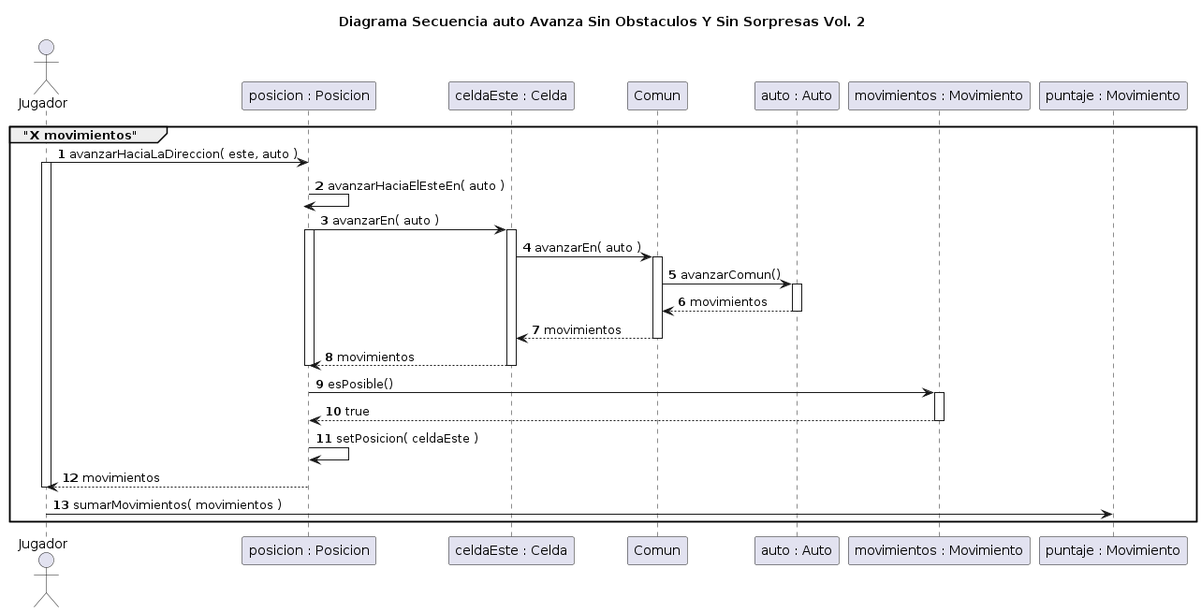
Above: diagrams/borradores/imagenes/DiagramaSequenciaCasoSinObstaculosSinSorpresas_v2.png in rodrigovzq/algo3_tp2 (PlantUML), before the change. Its diagram source:
```plantuml
@startuml
title Diagrama Secuencia auto Avanza Sin Obstaculos Y Sin Sorpresas Vol. 2
autonumber
actor Jugador

group "X movimientos"
Jugador -> "posicion : Posicion": avanzarHaciaLaDireccion( este, auto )

activate Jugador
"posicion : Posicion" -> "posicion : Posicion": avanzarHaciaElEsteEn( auto )

deactivate "posicion : Posicion"
"posicion : Posicion" -> "celdaEste : Celda"++: avanzarEn( auto )

activate "posicion : Posicion"
"celdaEste : Celda" -> Comun++: avanzarEn( auto )
Comun -> "auto : Auto"++: avanzarComun()
"auto : Auto" --> Comun: movimientos
deactivate "auto : Auto"
Comun --> "celdaEste : Celda": movimientos
deactivate Comun
"celdaEste : Celda" --> "posicion : Posicion": movimientos
deactivate "celdaEste : Celda"
deactivate "posicion : Posicion"


"movimientos : Movimiento" <- "posicion : Posicion"++: esPosible()
"movimientos : Movimiento" --> "posicion : Posicion": true
deactivate "movimientos : Movimiento"
"posicion : Posicion" -> "posicion : Posicion": setPosicion( celdaEste )

"posicion : Posicion" --> Jugador: movimientos

deactivate Jugador
Jugador -> "puntaje : Movimiento": sumarMovimientos( movimientos )
end

@enduml
```
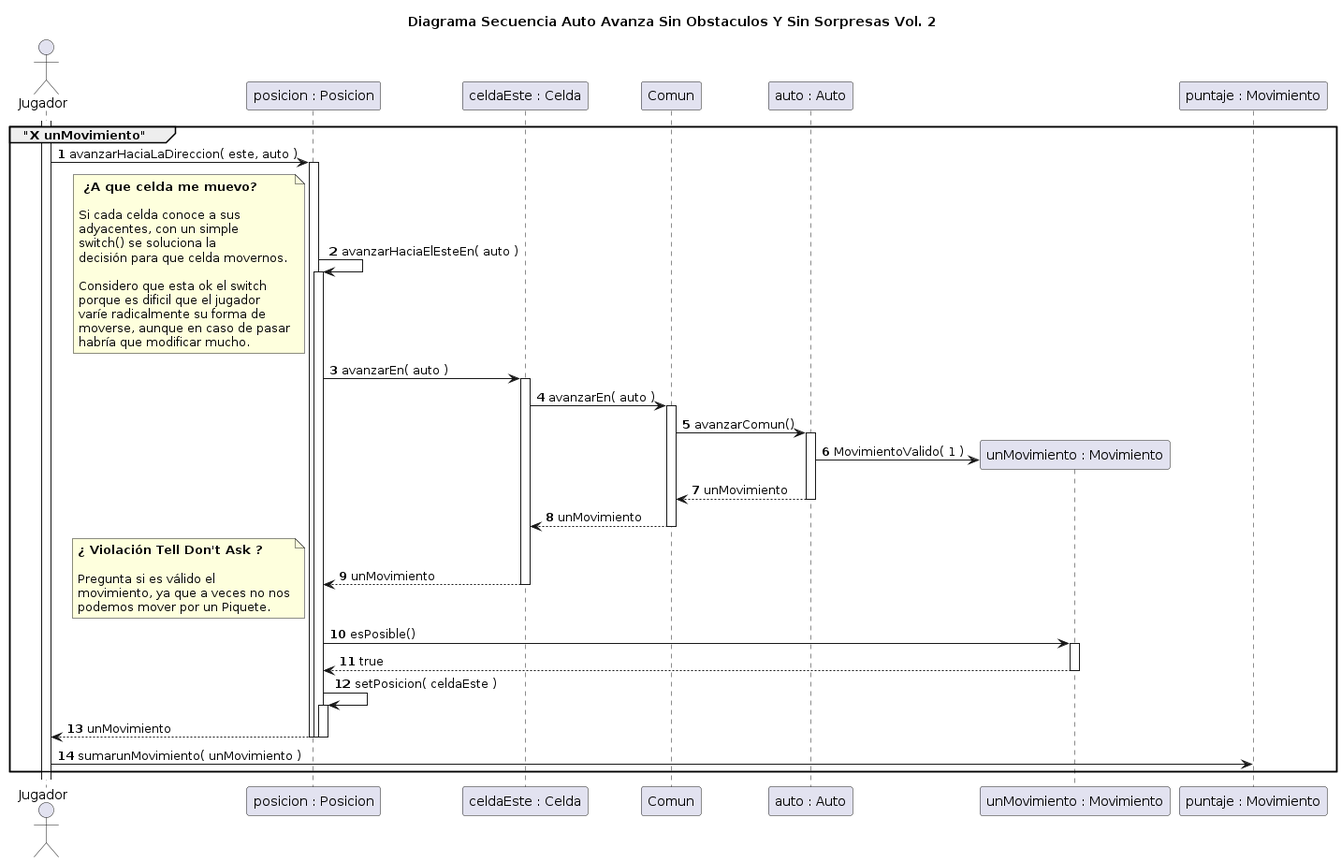
Later version of the same file.

Change to the diagram source:
```diff
@@ -1,38 +1,63 @@
 @startuml
-title Diagrama Secuencia auto Avanza Sin Obstaculos Y Sin Sorpresas Vol. 2
+title Diagrama Secuencia Auto Avanza Sin Obstaculos Y Sin Sorpresas Vol. 2
 autonumber
 actor Jugador
 
-group "X movimientos"
-Jugador -> "posicion : Posicion": avanzarHaciaLaDireccion( este, auto )
+group "X unMovimiento"
+activate Jugador
 
-activate Jugador
-"posicion : Posicion" -> "posicion : Posicion": avanzarHaciaElEsteEn( auto )
+Jugador -> "posicion : Posicion"++: avanzarHaciaLaDireccion( este, auto )
 
-deactivate "posicion : Posicion"
+"posicion : Posicion" -> "posicion : Posicion"++: avanzarHaciaElEsteEn( auto )
+note left
+** ¿A que celda me muevo?**
+
+Si cada celda conoce a sus
+adyacentes, con un simple
+switch() se soluciona la
+decisión para que celda movernos.
+
+Considero que esta ok el switch
+porque es dificil que el jugador
+varíe radicalmente su forma de
+moverse, aunque en caso de pasar
+habría que modificar mucho.
+end note
 "posicion : Posicion" -> "celdaEste : Celda"++: avanzarEn( auto )
 
-activate "posicion : Posicion"
 "celdaEste : Celda" -> Comun++: avanzarEn( auto )
 Comun -> "auto : Auto"++: avanzarComun()
-"auto : Auto" --> Comun: movimientos
+create "unMovimiento : Movimiento"
+"auto : Auto" -> "unMovimiento : Movimiento": MovimientoValido( 1 )
+"auto : Auto" --> Comun: unMovimiento
 deactivate "auto : Auto"
-Comun --> "celdaEste : Celda": movimientos
+Comun --> "celdaEste : Celda": unMovimiento
 deactivate Comun
-"celdaEste : Celda" --> "posicion : Posicion": movimientos
+"celdaEste : Celda" --> "posicion : Posicion": unMovimiento
 deactivate "celdaEste : Celda"
+
+note left
+**¿ Violación Tell Don't Ask ?**
+
+Pregunta si es válido el
+movimiento, ya que a veces no nos
+podemos mover por un Piquete.
+end note
+
+
+"unMovimiento : Movimiento" <- "posicion : Posicion"++: esPosible()
+"unMovimiento : Movimiento" --> "posicion : Posicion": true
+deactivate "unMovimiento : Movimiento"
+"posicion : Posicion" -> "posicion : Posicion"++: setPosicion( celdaEste )
+
+
+
+
+"posicion : Posicion" --> Jugador--: unMovimiento
+deactivate "posicion : Posicion"
 deactivate "posicion : Posicion"
 
-
-"movimientos : Movimiento" <- "posicion : Posicion"++: esPosible()
-"movimientos : Movimiento" --> "posicion : Posicion": true
-deactivate "movimientos : Movimiento"
-"posicion : Posicion" -> "posicion : Posicion": setPosicion( celdaEste )
-
-"posicion : Posicion" --> Jugador: movimientos
-
-deactivate Jugador
-Jugador -> "puntaje : Movimiento": sumarMovimientos( movimientos )
+Jugador -> "puntaje : Movimiento": sumarunMovimiento( unMovimiento )
 end
 
 @enduml
```
